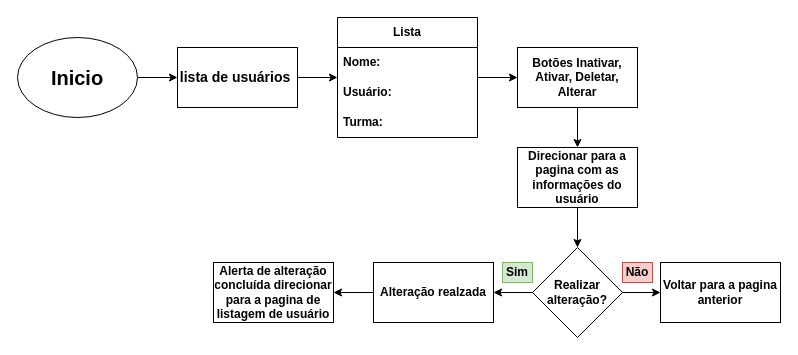
The draw.io diagram trabalho/fluxogramas/listar_alterar_usuario.drawio in gabrielhalmenschlager/controle-de-ativos-senac, before the edit. Source tidied: cells renumbered, new cells numbered last; positions are measured from the earlier drawing's top-left corner, leaving out a move shared by most shapes. Both pictures are drawn from the tidied source at 100%, with x=0, y=0 at pixel (17, 17).
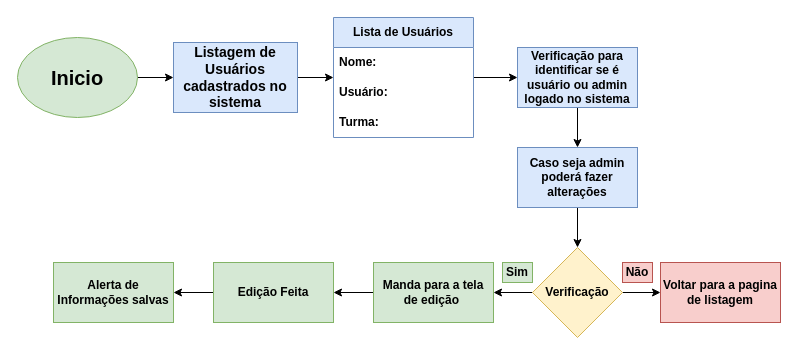
Above is the later version.

Diff of the diagram source:
```diff
@@
-    <mxCell id="3" value="&lt;h1 style=&quot;font-size: 20px;&quot;&gt;Inicio&lt;/h1&gt;" style="ellipse;whiteSpace=wrap;html=1;fontSize=20;fontStyle=1;" parent="1" vertex="1">
+    <mxCell id="3" value="&lt;h1 style=&quot;font-size: 20px;&quot;&gt;Inicio&lt;/h1&gt;" style="ellipse;whiteSpace=wrap;html=1;fontSize=20;fontStyle=1;fillColor=#d5e8d4;strokeColor=#82b366;" parent="1" vertex="1">
       <mxGeometry y="20" width="120" height="80" as="geometry" />
     </mxCell>
@@
-    <mxCell id="5" value="lista de usuários&amp;nbsp;" style="rounded=0;whiteSpace=wrap;html=1;fontStyle=1;fontSize=14;" parent="1" vertex="1">
-      <mxGeometry x="160" y="30" width="120" height="60" as="geometry" />
+    <mxCell id="5" value="Listagem de Usuários cadastrados no sistema" style="rounded=0;whiteSpace=wrap;html=1;fontStyle=1;fontSize=14;fillColor=#dae8fc;strokeColor=#6c8ebf;" parent="1" vertex="1">
+      <mxGeometry x="156" y="25" width="124" height="70" as="geometry" />
     </mxCell>
@@
-    <mxCell id="7" value="Lista" style="swimlane;fontStyle=1;horizontal=1;startSize=30;whiteSpace=wrap;html=1;fontSize=12;" parent="1" vertex="1">
-      <mxGeometry x="320" width="140" height="120" as="geometry" />
+    <mxCell id="7" value="Lista de Usuários" style="swimlane;fontStyle=1;horizontal=1;startSize=30;whiteSpace=wrap;html=1;fontSize=12;fillColor=#dae8fc;strokeColor=#6c8ebf;" parent="1" vertex="1">
+      <mxGeometry x="316" width="140" height="120" as="geometry" />
     </mxCell>
@@
-    <mxCell id="12" value="&lt;span style=&quot;&quot;&gt;Botões Inativar, Ativar, Deletar, Alterar&lt;/span&gt;" style="whiteSpace=wrap;html=1;fontStyle=1;startSize=30;" parent="1" vertex="1">
+    <mxCell id="12" value="Verificação para identificar se é usuário ou admin logado no sistema" style="whiteSpace=wrap;html=1;fontStyle=1;startSize=30;fillColor=#dae8fc;strokeColor=#6c8ebf;" parent="1" vertex="1">
       <mxGeometry x="500" y="30" width="120" height="60" as="geometry" />
     </mxCell>
@@
-    <mxCell id="14" value="Direcionar para a pagina com as informações do usuário" style="whiteSpace=wrap;html=1;fontStyle=1;startSize=30;" parent="1" vertex="1">
+    <mxCell id="14" value="Caso seja admin poderá fazer alterações" style="whiteSpace=wrap;html=1;fontStyle=1;startSize=30;fillColor=#dae8fc;strokeColor=#6c8ebf;" parent="1" vertex="1">
       <mxGeometry x="500" y="130" width="120" height="60" as="geometry" />
     </mxCell>
+    <mxCell id="24" style="edgeStyle=orthogonalEdgeStyle;rounded=0;jettySize=auto;html=1;" parent="1" edge="1" source="15" target="25">
+      <mxGeometry relative="1" as="geometry" />
+    </mxCell>
-    <mxCell id="15" value="Alerta de alteração concluída direcionar para a pagina de listagem de usuário" style="whiteSpace=wrap;html=1;fontStyle=1;startSize=30;fontSize=12;" parent="1" vertex="1">
+    <mxCell id="15" value="Edição Feita" style="whiteSpace=wrap;html=1;fontStyle=1;startSize=30;fontSize=12;fillColor=#d5e8d4;strokeColor=#82b366;" parent="1" vertex="1">
       <mxGeometry x="196" y="245" width="120" height="60" as="geometry" />
     </mxCell>
@@
-    <mxCell id="19" value="Realizar alteração?" style="rhombus;whiteSpace=wrap;html=1;fontStyle=1;" parent="1" vertex="1">
+    <mxCell id="19" value="Verificação" style="rhombus;whiteSpace=wrap;html=1;fontStyle=1;fillColor=#fff2cc;strokeColor=#d6b656;" parent="1" vertex="1">
       <mxGeometry x="515" y="230" width="90" height="90" as="geometry" />
     </mxCell>
-    <mxCell id="20" value="Voltar para a pagina anterior" style="whiteSpace=wrap;html=1;fontStyle=1;" parent="1" vertex="1">
+    <mxCell id="20" value="Voltar para a pagina de listagem" style="whiteSpace=wrap;html=1;fontStyle=1;fillColor=#f8cecc;strokeColor=#b85450;" parent="1" vertex="1">
       <mxGeometry x="643" y="245" width="120" height="60" as="geometry" />
     </mxCell>
@@
-    <mxCell id="23" value="&lt;span&gt;Alteração realzada&lt;/span&gt;" style="whiteSpace=wrap;html=1;fontStyle=1;startSize=30;" parent="1" vertex="1">
+    <mxCell id="23" value="&lt;span&gt;Manda para a tela de edição&amp;nbsp;&lt;/span&gt;" style="whiteSpace=wrap;html=1;fontStyle=1;startSize=30;fillColor=#d5e8d4;strokeColor=#82b366;" parent="1" vertex="1">
       <mxGeometry x="356" y="245" width="120" height="60" as="geometry" />
     </mxCell>
+    <mxCell id="25" value="Alerta de Informações salvas" style="whiteSpace=wrap;html=1;fillColor=#d5e8d4;strokeColor=#82b366;fontStyle=1;startSize=30;" parent="1" vertex="1">
+      <mxGeometry x="36" y="245" width="120" height="60" as="geometry" />
+    </mxCell>
```
